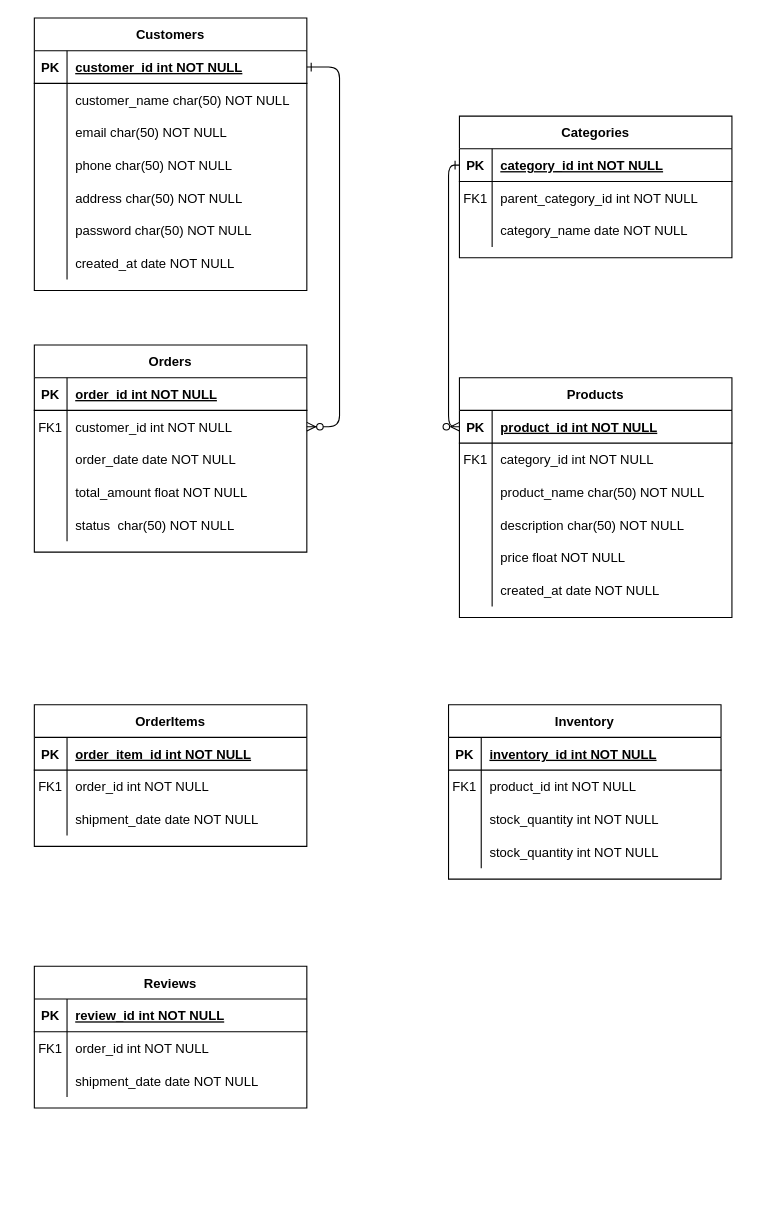
Before: amalixshop.drawio in eugeneanokye99/amalixshop, a draw.io diagram. Source tidied: cells renumbered, new cells numbered last; positions are measured from the earlier drawing's top-left corner, leaving out a move shared by most shapes. Both pictures are drawn from the tidied source at 109%, with x=0, y=0 at pixel (34, 17).
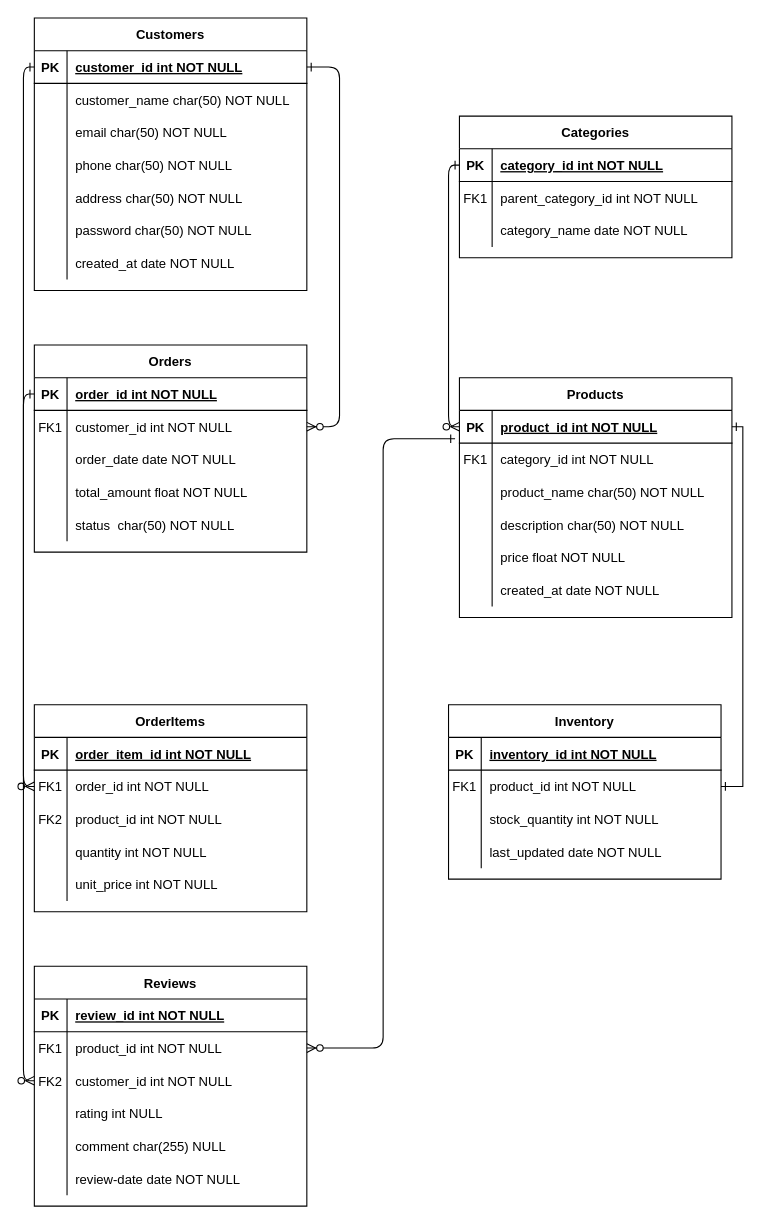
After the change.

Unchanged cells that the change refers to:
```xml
<mxCell id="5" style="shape=partialRectangle;fillColor=none;points=[[0,0.5],[1,0.5]];portConstraint=eastwest;top=0;left=0;right=0;bottom=1;" parent="4" vertex="1">
  <mxGeometry y="30" width="250" height="30" as="geometry" />
</mxCell>
<mxCell id="21" style="shape=partialRectangle;fillColor=none;points=[[0,0.5],[1,0.5]];portConstraint=eastwest;top=0;left=0;right=0;bottom=1;" parent="20" vertex="1">
  <mxGeometry y="30" width="250" height="30" as="geometry" />
</mxCell>
<mxCell id="40" style="shape=partialRectangle;fillColor=none;points=[[0,0.5],[1,0.5]];portConstraint=eastwest;top=0;left=0;right=0;bottom=1;" parent="39" vertex="1">
  <mxGeometry y="30" width="250" height="30" as="geometry" />
</mxCell>
<mxCell id="75" style="shape=partialRectangle;fillColor=none;points=[[0,0.5],[1,0.5]];portConstraint=eastwest;top=0;left=0;right=0;bottom=0;" parent="71" vertex="1">
  <mxGeometry y="60" width="250" height="30" as="geometry" />
</mxCell>
<mxCell id="78" style="shape=partialRectangle;fillColor=none;top=0;left=0;right=0;bottom=0;" parent="71" vertex="1">
  <mxGeometry y="90" width="250" height="30" as="geometry" />
</mxCell>
<mxCell id="85" style="shape=partialRectangle;fillColor=none;points=[[0,0.5],[1,0.5]];portConstraint=eastwest;top=0;left=0;right=0;bottom=0;" parent="81" vertex="1">
  <mxGeometry y="60" width="250" height="30" as="geometry" />
</mxCell>
<mxCell id="91" style="shape=partialRectangle;fillColor=none;top=0;left=0;right=0;bottom=0;" parent="81" vertex="1">
  <mxGeometry y="120" width="250" height="30" as="geometry" />
</mxCell>
<mxCell id="98" style="shape=partialRectangle;fillColor=none;points=[[0,0.5],[1,0.5]];portConstraint=eastwest;top=0;left=0;right=0;bottom=0;" parent="94" vertex="1">
  <mxGeometry y="60" width="250" height="30" as="geometry" />
</mxCell>
<mxCell id="101" style="shape=partialRectangle;fillColor=none;points=[[0,0.5],[1,0.5]];portConstraint=eastwest;top=0;left=0;right=0;bottom=0;" parent="94" vertex="1">
  <mxGeometry y="90" width="250" height="30" as="geometry" />
</mxCell>
```

What changed in the source:
```diff
@@
     <mxCell id="71" value="OrderItems" style="shape=table;startSize=30;childLayout=tableLayout;rowLines=0;fontStyle=1;align=center;" parent="1" vertex="1">
-      <mxGeometry y="630" width="250" height="130" as="geometry" />
+      <mxGeometry y="630" width="250" height="190" as="geometry" />
     </mxCell>
@@
-    <mxCell id="79" style="shape=partialRectangle;overflow=hidden;fillColor=none;top=0;left=0;bottom=0;right=0;" parent="78" vertex="1">
+    <mxCell id="79" value="FK2" style="shape=partialRectangle;overflow=hidden;fillColor=none;top=0;left=0;bottom=0;right=0;" parent="78" vertex="1">
       <mxGeometry width="30" height="30" as="geometry" />
     </mxCell>
-    <mxCell id="80" value="shipment_date date NOT NULL" style="shape=partialRectangle;overflow=hidden;fillColor=none;top=0;left=0;bottom=0;right=0;align=left;spacingLeft=6;" parent="78" vertex="1">
+    <mxCell id="80" value="product_id int NOT NULL" style="shape=partialRectangle;overflow=hidden;fillColor=none;top=0;left=0;bottom=0;right=0;align=left;spacingLeft=6;" parent="78" vertex="1">
       <mxGeometry x="30" width="220" height="30" as="geometry" />
     </mxCell>
+    <mxCell id="104" style="shape=partialRectangle;fillColor=none;top=0;left=0;right=0;bottom=0;" parent="71" vertex="1">
+      <mxGeometry y="120" width="250" height="30" as="geometry" />
+    </mxCell>
+    <mxCell id="105" style="shape=partialRectangle;overflow=hidden;fillColor=none;top=0;left=0;bottom=0;right=0;" parent="104" vertex="1">
+      <mxGeometry width="30" height="30" as="geometry" />
+    </mxCell>
+    <mxCell id="106" value="quantity int NOT NULL" style="shape=partialRectangle;overflow=hidden;fillColor=none;top=0;left=0;bottom=0;right=0;align=left;spacingLeft=6;" parent="104" vertex="1">
+      <mxGeometry x="30" width="220" height="30" as="geometry" />
+    </mxCell>
+    <mxCell id="107" style="shape=partialRectangle;fillColor=none;top=0;left=0;right=0;bottom=0;" parent="71" vertex="1">
+      <mxGeometry y="150" width="250" height="30" as="geometry" />
+    </mxCell>
+    <mxCell id="108" style="shape=partialRectangle;overflow=hidden;fillColor=none;top=0;left=0;bottom=0;right=0;" parent="107" vertex="1">
+      <mxGeometry width="30" height="30" as="geometry" />
+    </mxCell>
+    <mxCell id="109" value="unit_price int NOT NULL" style="shape=partialRectangle;overflow=hidden;fillColor=none;top=0;left=0;bottom=0;right=0;align=left;spacingLeft=6;" parent="107" vertex="1">
+      <mxGeometry x="30" width="220" height="30" as="geometry" />
+    </mxCell>
@@
-    <mxCell id="93" value="stock_quantity int NOT NULL" style="shape=partialRectangle;overflow=hidden;fillColor=none;top=0;left=0;bottom=0;right=0;align=left;spacingLeft=6;" parent="91" vertex="1">
+    <mxCell id="93" value="last_updated date NOT NULL" style="shape=partialRectangle;overflow=hidden;fillColor=none;top=0;left=0;bottom=0;right=0;align=left;spacingLeft=6;" parent="91" vertex="1">
       <mxGeometry x="30" width="220" height="30" as="geometry" />
     </mxCell>
     <mxCell id="94" value="Reviews" style="shape=table;startSize=30;childLayout=tableLayout;rowLines=0;fontStyle=1;align=center;" parent="1" vertex="1">
-      <mxGeometry y="870" width="250" height="130" as="geometry" />
+      <mxGeometry y="870" width="250" height="220" as="geometry" />
     </mxCell>
@@
-    <mxCell id="100" value="order_id int NOT NULL" style="shape=partialRectangle;overflow=hidden;fillColor=none;top=0;left=0;bottom=0;right=0;align=left;spacingLeft=6;" parent="98" vertex="1">
+    <mxCell id="100" value="product_id int NOT NULL" style="shape=partialRectangle;overflow=hidden;fillColor=none;top=0;left=0;bottom=0;right=0;align=left;spacingLeft=6;" parent="98" vertex="1">
       <mxGeometry x="30" width="220" height="30" as="geometry" />
     </mxCell>
@@
-    <mxCell id="102" style="shape=partialRectangle;overflow=hidden;fillColor=none;top=0;left=0;bottom=0;right=0;" parent="101" vertex="1">
+    <mxCell id="102" value="FK2" style="shape=partialRectangle;overflow=hidden;fillColor=none;top=0;left=0;bottom=0;right=0;" parent="101" vertex="1">
       <mxGeometry width="30" height="30" as="geometry" />
     </mxCell>
-    <mxCell id="103" value="shipment_date date NOT NULL" style="shape=partialRectangle;overflow=hidden;fillColor=none;top=0;left=0;bottom=0;right=0;align=left;spacingLeft=6;" parent="101" vertex="1">
+    <mxCell id="103" value="customer_id int NOT NULL" style="shape=partialRectangle;overflow=hidden;fillColor=none;top=0;left=0;bottom=0;right=0;align=left;spacingLeft=6;" parent="101" vertex="1">
       <mxGeometry x="30" width="220" height="30" as="geometry" />
     </mxCell>
+    <mxCell id="110" style="shape=partialRectangle;fillColor=none;top=0;left=0;right=0;bottom=0;" parent="94" vertex="1">
+      <mxGeometry y="120" width="250" height="30" as="geometry" />
+    </mxCell>
+    <mxCell id="111" style="shape=partialRectangle;overflow=hidden;fillColor=none;top=0;left=0;bottom=0;right=0;" parent="110" vertex="1">
+      <mxGeometry width="30" height="30" as="geometry" />
+    </mxCell>
+    <mxCell id="112" value="rating int NULL" style="shape=partialRectangle;overflow=hidden;fillColor=none;top=0;left=0;bottom=0;right=0;align=left;spacingLeft=6;" parent="110" vertex="1">
+      <mxGeometry x="30" width="220" height="30" as="geometry" />
+    </mxCell>
+    <mxCell id="113" style="shape=partialRectangle;fillColor=none;top=0;left=0;right=0;bottom=0;" parent="94" vertex="1">
+      <mxGeometry y="150" width="250" height="30" as="geometry" />
+    </mxCell>
+    <mxCell id="114" style="shape=partialRectangle;overflow=hidden;fillColor=none;top=0;left=0;bottom=0;right=0;" parent="113" vertex="1">
+      <mxGeometry width="30" height="30" as="geometry" />
+    </mxCell>
+    <mxCell id="115" value="comment char(255) NULL" style="shape=partialRectangle;overflow=hidden;fillColor=none;top=0;left=0;bottom=0;right=0;align=left;spacingLeft=6;" parent="113" vertex="1">
+      <mxGeometry x="30" width="220" height="30" as="geometry" />
+    </mxCell>
+    <mxCell id="116" style="shape=partialRectangle;fillColor=none;top=0;left=0;right=0;bottom=0;" parent="94" vertex="1">
+      <mxGeometry y="180" width="250" height="30" as="geometry" />
+    </mxCell>
+    <mxCell id="117" style="shape=partialRectangle;overflow=hidden;fillColor=none;top=0;left=0;bottom=0;right=0;" parent="116" vertex="1">
+      <mxGeometry width="30" height="30" as="geometry" />
+    </mxCell>
+    <mxCell id="118" value="review-date date NOT NULL" style="shape=partialRectangle;overflow=hidden;fillColor=none;top=0;left=0;bottom=0;right=0;align=left;spacingLeft=6;" parent="116" vertex="1">
+      <mxGeometry x="30" width="220" height="30" as="geometry" />
+    </mxCell>
+    <mxCell id="119" style="edgeStyle=orthogonalEdgeStyle;endArrow=ERzeroToMany;startArrow=ERone;endFill=1;startFill=0;entryX=0;entryY=0.5;entryDx=0;entryDy=0;exitX=0;exitY=0.5;exitDx=0;exitDy=0;" parent="1" edge="1" source="5" target="75">
+      <mxGeometry relative="1" as="geometry" />
+    </mxCell>
+    <mxCell id="120" style="edgeStyle=orthogonalEdgeStyle;fontSize=12;html=1;endArrow=ERone;startArrow=ERone;rounded=0;entryX=1;entryY=0.5;entryDx=0;entryDy=0;exitX=1;exitY=0.5;exitDx=0;exitDy=0;startFill=0;endFill=0;" parent="1" edge="1" source="85" target="21">
+      <mxGeometry relative="1" as="geometry" />
+    </mxCell>
+    <mxCell id="121" style="endArrow=ERzeroToMany;startArrow=ERone;endFill=1;startFill=0;entryX=1;entryY=0.5;entryDx=0;entryDy=0;edgeStyle=orthogonalEdgeStyle;exitX=-0.016;exitY=0.867;exitDx=0;exitDy=0;exitPerimeter=0;" parent="1" edge="1" source="21" target="98">
+      <mxGeometry relative="1" as="geometry" />
+    </mxCell>
+    <mxCell id="122" style="endArrow=ERzeroToMany;startArrow=ERone;endFill=1;startFill=0;entryX=0;entryY=0.5;entryDx=0;entryDy=0;edgeStyle=orthogonalEdgeStyle;exitX=0;exitY=0.5;exitDx=0;exitDy=0;" parent="1" edge="1" source="40" target="101">
+      <mxGeometry relative="1" as="geometry" />
+    </mxCell>
```
